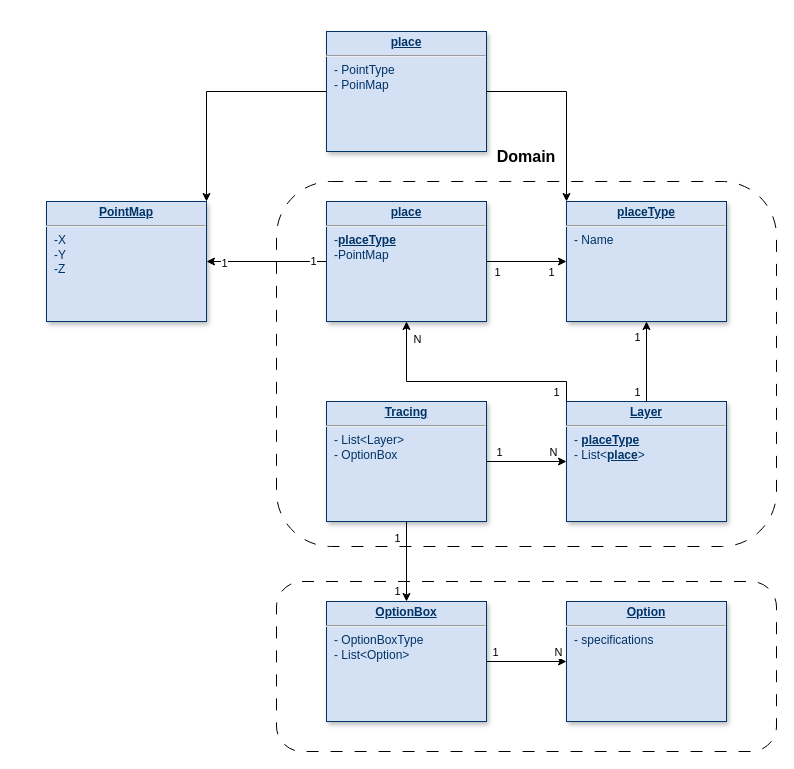
The draw.io diagram page "Сервис трассировки" (7 of 7) of Team-Pragmatics-Otus.drawio in AATerekhov/Team-Pragmatics-Otus, before the edit. Source tidied: cells renumbered, new cells numbered last; positions are measured from the earlier drawing's top-left corner, leaving out a move shared by most shapes. Both pictures are drawn from the tidied source at 100%, with x=0, y=0 at pixel (46, 31).
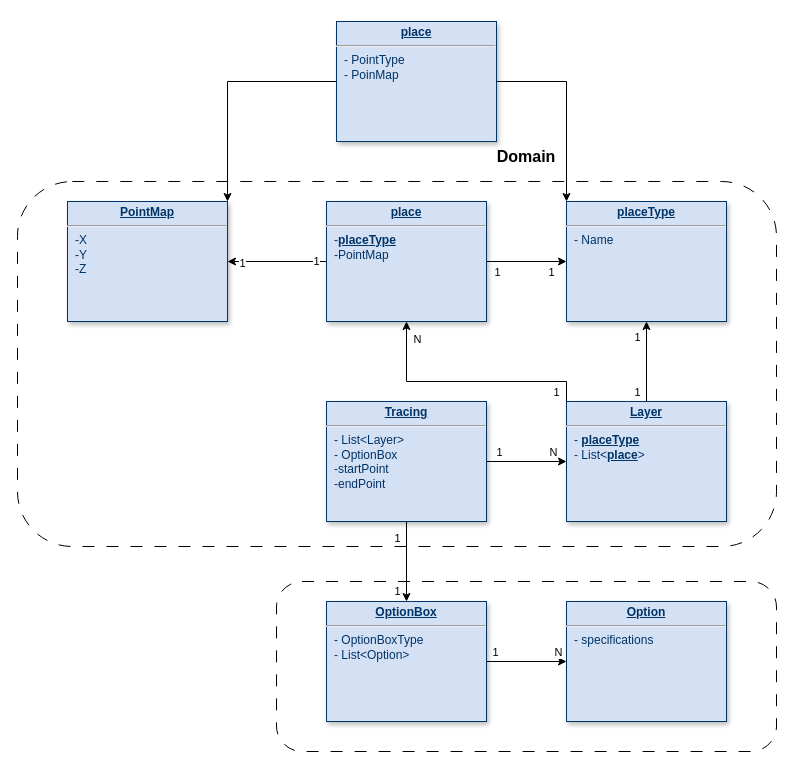
The same page after the edit.

The edit, as a diff of the source:
```diff
@@
     <mxCell id="2" style="rounded=1;whiteSpace=wrap;html=1;fillColor=none;dashed=1;dashPattern=12 12;" parent="1" vertex="1">
-      <mxGeometry x="230" y="150" width="500" height="365" as="geometry" />
+      <mxGeometry x="-29" y="150" width="759" height="365" as="geometry" />
     </mxCell>
@@
-    <mxCell id="26" value="&lt;p style=&quot;margin: 4px 0px 0px; text-align: center;&quot;&gt;&lt;b&gt;&lt;u&gt;Tracing&lt;/u&gt;&lt;/b&gt;&lt;br&gt;&lt;/p&gt;&lt;hr&gt;&lt;p style=&quot;margin: 0px; margin-left: 8px;&quot;&gt;&lt;span style=&quot;background-color: initial;&quot;&gt;- List&amp;lt;Layer&amp;gt;&lt;/span&gt;&lt;br&gt;&lt;/p&gt;&lt;p style=&quot;margin: 0px; margin-left: 8px;&quot;&gt;- OptionBox&lt;span style=&quot;background-color: initial;&quot;&gt;&lt;br&gt;&lt;/span&gt;&lt;/p&gt;" style="verticalAlign=top;align=left;overflow=fill;fontSize=12;fontFamily=Helvetica;html=1;strokeColor=#003366;shadow=1;fillColor=#D4E1F5;fontColor=#003366;" parent="1" vertex="1">
+    <mxCell id="26" value="&lt;p style=&quot;margin: 4px 0px 0px; text-align: center;&quot;&gt;&lt;b&gt;&lt;u&gt;Tracing&lt;/u&gt;&lt;/b&gt;&lt;br&gt;&lt;/p&gt;&lt;hr&gt;&lt;p style=&quot;margin: 0px; margin-left: 8px;&quot;&gt;&lt;span style=&quot;background-color: initial;&quot;&gt;- List&amp;lt;Layer&amp;gt;&lt;/span&gt;&lt;br&gt;&lt;/p&gt;&lt;p style=&quot;margin: 0px; margin-left: 8px;&quot;&gt;- OptionBox&lt;span style=&quot;background-color: initial;&quot;&gt;&lt;br&gt;&lt;/span&gt;&lt;/p&gt;&lt;p style=&quot;margin: 0px; margin-left: 8px;&quot;&gt;-startPoint&lt;/p&gt;&lt;p style=&quot;margin: 0px; margin-left: 8px;&quot;&gt;-endPoint&lt;/p&gt;" style="verticalAlign=top;align=left;overflow=fill;fontSize=12;fontFamily=Helvetica;html=1;strokeColor=#003366;shadow=1;fillColor=#D4E1F5;fontColor=#003366;" parent="1" vertex="1">
       <mxGeometry x="280" y="370" width="160" height="120" as="geometry" />
     </mxCell>
@@
     <mxCell id="32" value="&lt;p style=&quot;margin: 0px; margin-top: 4px; text-align: center; text-decoration: underline;&quot;&gt;&lt;b&gt;PointMap&lt;/b&gt;&lt;/p&gt;&lt;hr&gt;&lt;p style=&quot;margin: 0px; margin-left: 8px;&quot;&gt;-X&lt;/p&gt;&lt;p style=&quot;margin: 0px; margin-left: 8px;&quot;&gt;-Y&lt;/p&gt;&lt;p style=&quot;margin: 0px; margin-left: 8px;&quot;&gt;-Z&lt;/p&gt;" style="verticalAlign=top;align=left;overflow=fill;fontSize=12;fontFamily=Helvetica;html=1;strokeColor=#003366;shadow=1;fillColor=#D4E1F5;fontColor=#003366;" parent="1" vertex="1">
-      <mxGeometry y="170" width="160" height="120" as="geometry" />
+      <mxGeometry x="21" y="170" width="160" height="120" as="geometry" />
     </mxCell>
@@
     <mxCell id="35" value="&lt;p style=&quot;margin: 4px 0px 0px; text-align: center;&quot;&gt;&lt;b&gt;&lt;u&gt;place&lt;/u&gt;&lt;/b&gt;&lt;br&gt;&lt;/p&gt;&lt;hr&gt;&lt;p style=&quot;margin: 0px; margin-left: 8px;&quot;&gt;- PointType&lt;/p&gt;&lt;p style=&quot;margin: 0px; margin-left: 8px;&quot;&gt;- PoinMap&lt;/p&gt;" style="verticalAlign=top;align=left;overflow=fill;fontSize=12;fontFamily=Helvetica;html=1;strokeColor=#003366;shadow=1;fillColor=#D4E1F5;fontColor=#003366;" parent="1" vertex="1">
-      <mxGeometry x="280" width="160" height="120" as="geometry" />
+      <mxGeometry x="290" y="-10" width="160" height="120" as="geometry" />
     </mxCell>
```
